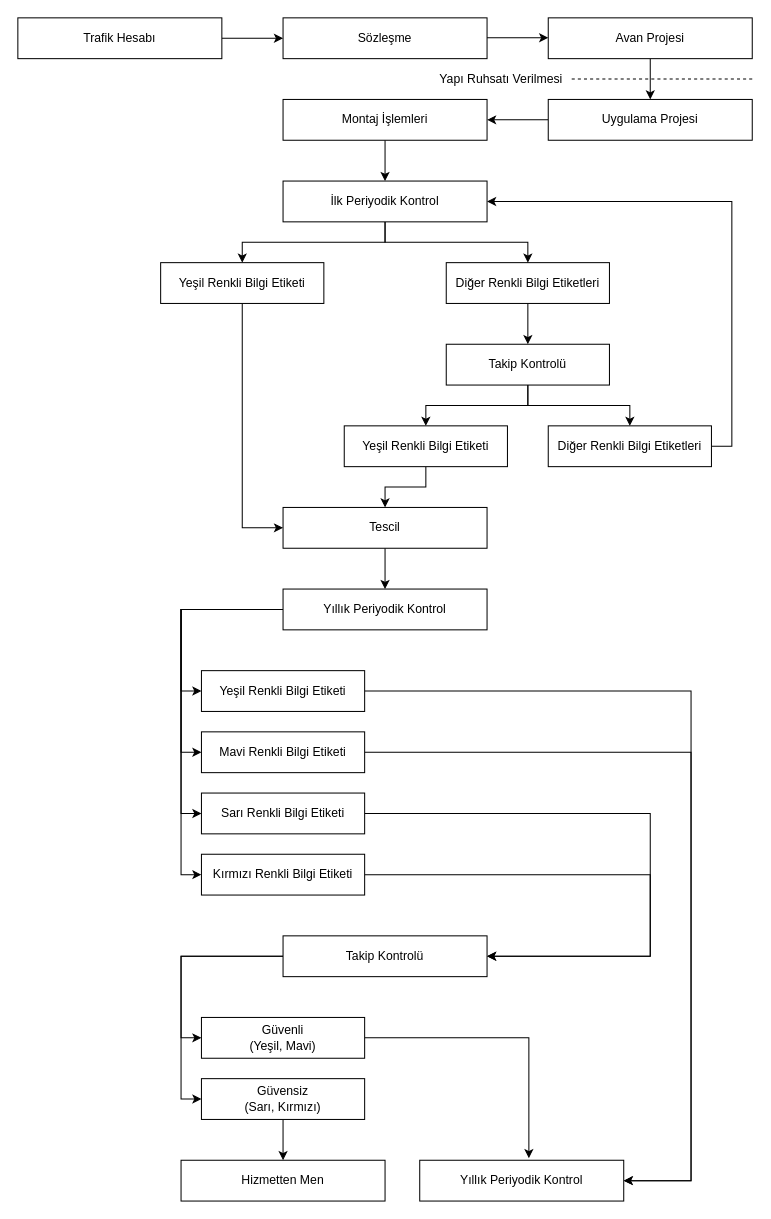
Earlier version of the draw.io diagram Asansor_Tescil_Oncesi_Semasi.drawio (maliyassi/drawio). Source tidied: cells renumbered, new cells numbered last; positions are measured from the earlier drawing's top-left corner, leaving out a move shared by most shapes. Both pictures are drawn from the tidied source at 102%, with x=0, y=0 at pixel (17, 17).
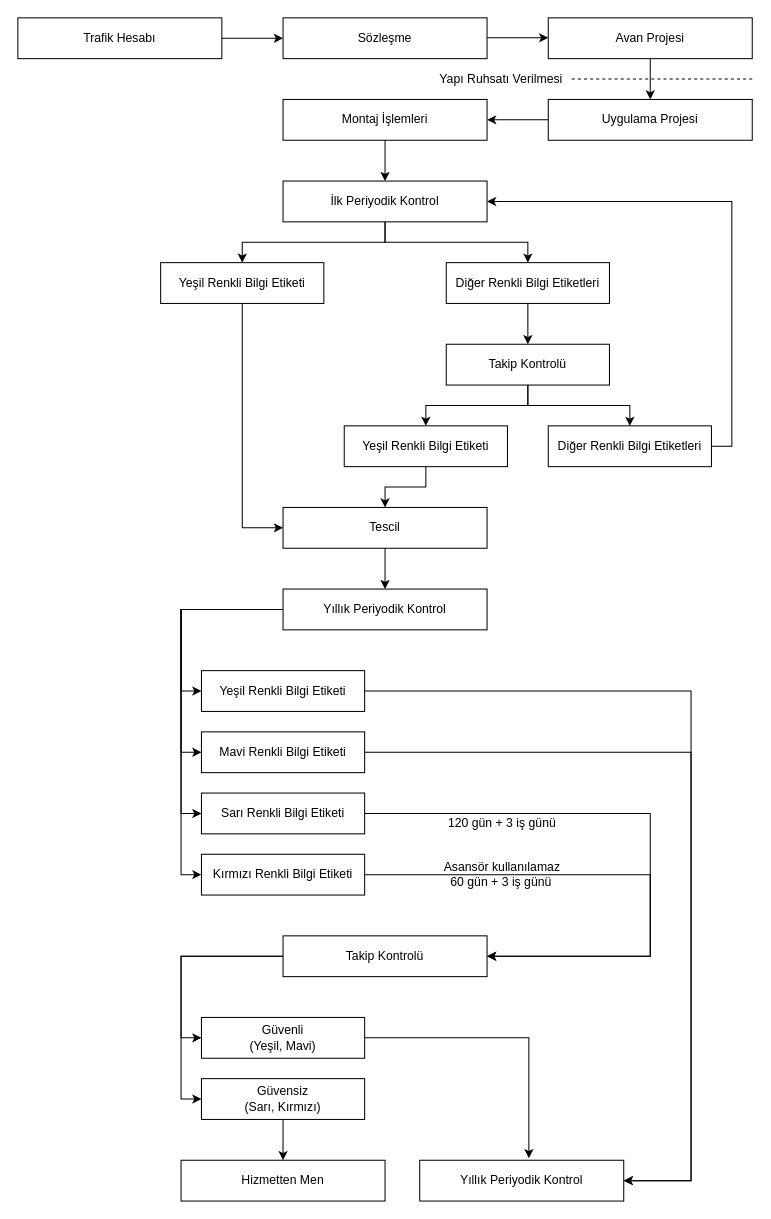
The same diagram, later.

What changed in the source:
```diff
@@
+    <mxCell id="52" value="60 gün + 3 iş günü" style="text;strokeColor=none;align=center;fillColor=none;html=1;verticalAlign=middle;whiteSpace=wrap;rounded=0;" parent="1" vertex="1">
+      <mxGeometry x="399" y="833" width="150" height="30" as="geometry" />
+    </mxCell>
+    <mxCell id="53" value="120 gün + 3 iş günü" style="text;strokeColor=none;align=center;fillColor=none;html=1;verticalAlign=middle;whiteSpace=wrap;rounded=0;" parent="1" vertex="1">
+      <mxGeometry x="400" y="775" width="150" height="30" as="geometry" />
+    </mxCell>
+    <mxCell id="54" value="Asansör kullanılamaz" style="text;strokeColor=none;align=center;fillColor=none;html=1;verticalAlign=middle;whiteSpace=wrap;rounded=0;" parent="1" vertex="1">
+      <mxGeometry x="400" y="818" width="150" height="30" as="geometry" />
+    </mxCell>
```
